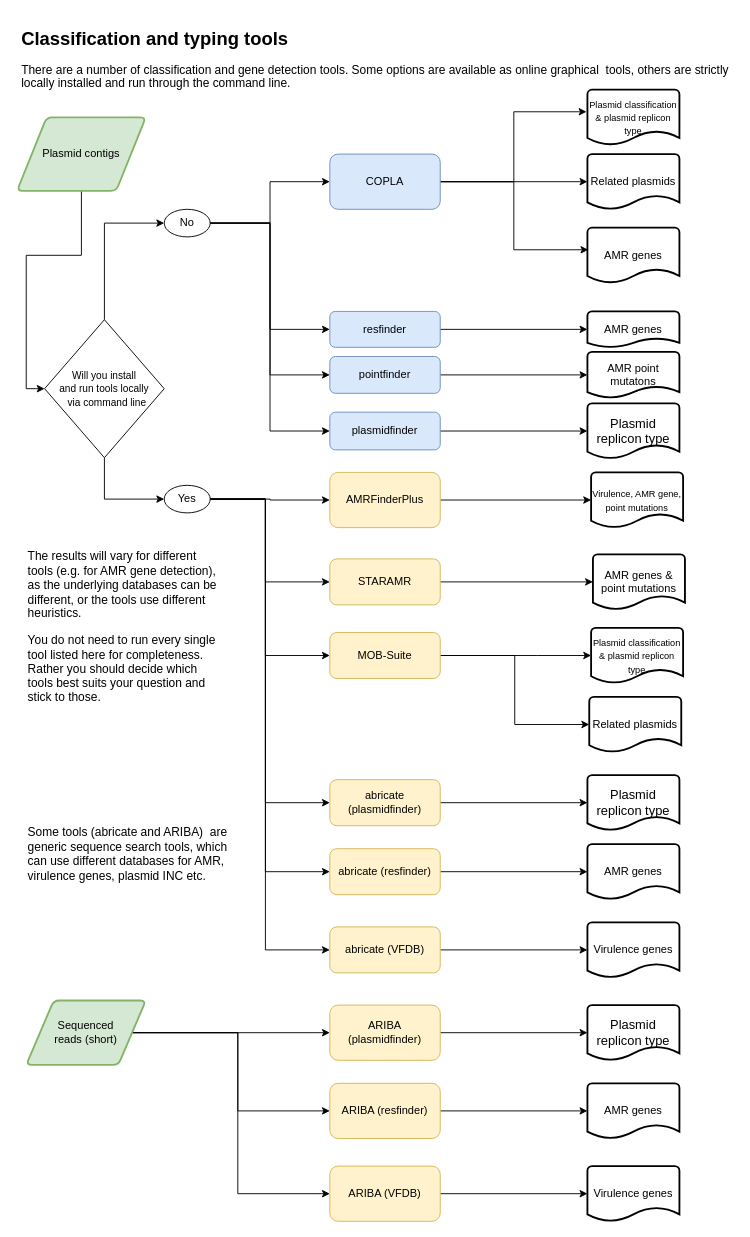
The draw.io diagram assembly_annotation/genotype_plas.drawio in MicroBinfie/ESCMID-MGE-2022, before the edit. Source tidied: cells renumbered, new cells numbered last; positions are measured from the earlier drawing's top-left corner, leaving out a move shared by most shapes. Both pictures are drawn from the tidied source at 92%, with x=0, y=0 at pixel (17, 25).
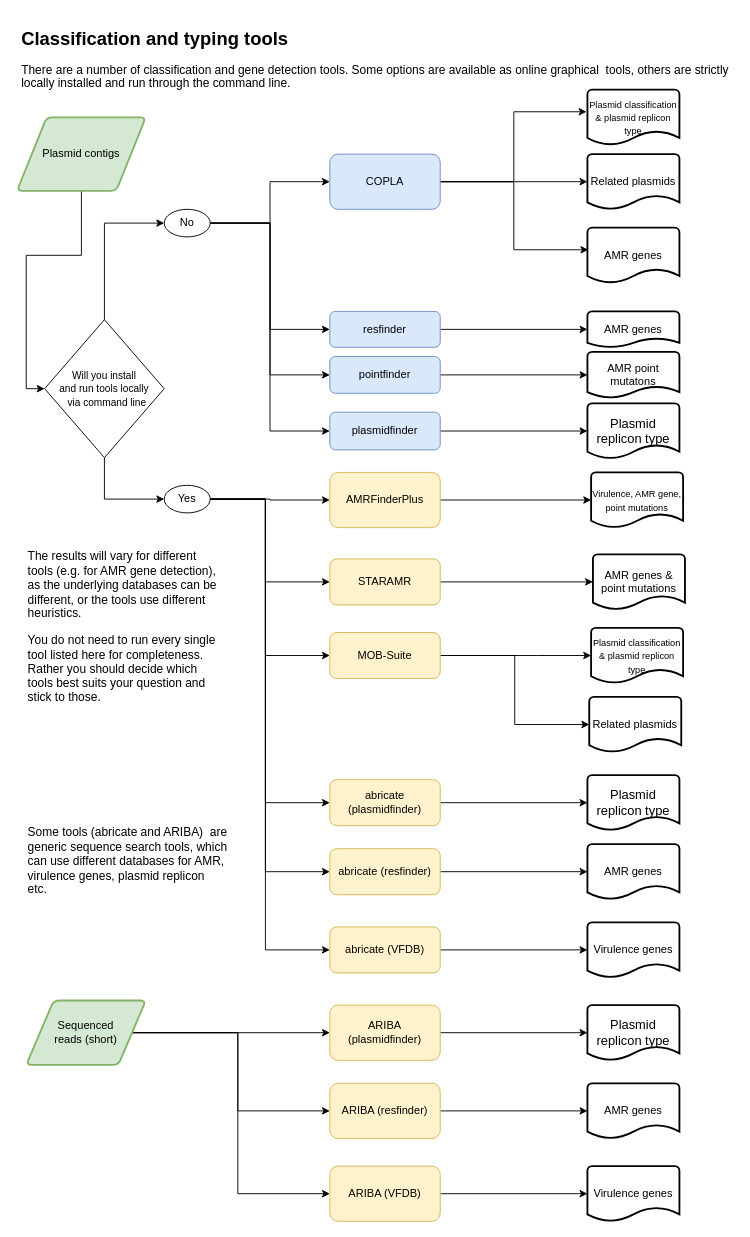
Above is the later version.

Commit message (it also covers changes not shown here):
alikhan slides

What changed in the source:
```diff
@@
-    <mxCell id="66" value="&lt;p style=&quot;font-size: 13px;&quot;&gt;&lt;font style=&quot;font-size: 13px;&quot;&gt;Some tools (abricate and ARIBA)&amp;nbsp; are generic sequence search tools, which can use different databases for AMR, virulence genes, plasmid INC etc.&amp;nbsp;&lt;/font&gt;&lt;/p&gt;&lt;p style=&quot;font-size: 13px;&quot;&gt;&lt;br style=&quot;color: rgb(0, 0, 0); font-family: Helvetica; font-style: normal; font-variant-ligatures: normal; font-variant-caps: normal; font-weight: 400; letter-spacing: normal; orphans: 2; text-align: left; text-indent: 0px; text-transform: none; widows: 2; word-spacing: 0px; -webkit-text-stroke-width: 0px; background-color: rgb(248, 249, 250); text-decoration-thickness: initial; text-decoration-style: initial; text-decoration-color: initial;&quot;&gt;&lt;br&gt;&lt;br&gt;&lt;/p&gt;" style="text;whiteSpace=wrap;html=1;fontSize=12;" parent="1" vertex="1">
+    <mxCell id="66" value="&lt;p style=&quot;font-size: 13px;&quot;&gt;&lt;font style=&quot;font-size: 13px;&quot;&gt;Some tools (abricate and ARIBA)&amp;nbsp; are generic sequence search tools, which can use different databases for AMR, virulence genes, plasmid replicon etc.&amp;nbsp;&lt;/font&gt;&lt;/p&gt;&lt;p style=&quot;font-size: 13px;&quot;&gt;&lt;br style=&quot;color: rgb(0, 0, 0); font-family: Helvetica; font-style: normal; font-variant-ligatures: normal; font-variant-caps: normal; font-weight: 400; letter-spacing: normal; orphans: 2; text-align: left; text-indent: 0px; text-transform: none; widows: 2; word-spacing: 0px; -webkit-text-stroke-width: 0px; background-color: rgb(248, 249, 250); text-decoration-thickness: initial; text-decoration-style: initial; text-decoration-color: initial;&quot;&gt;&lt;br&gt;&lt;br&gt;&lt;/p&gt;" style="text;whiteSpace=wrap;html=1;fontSize=12;" parent="1" vertex="1">
       <mxGeometry x="10" y="850" width="220" height="120" as="geometry" />
     </mxCell>
```
